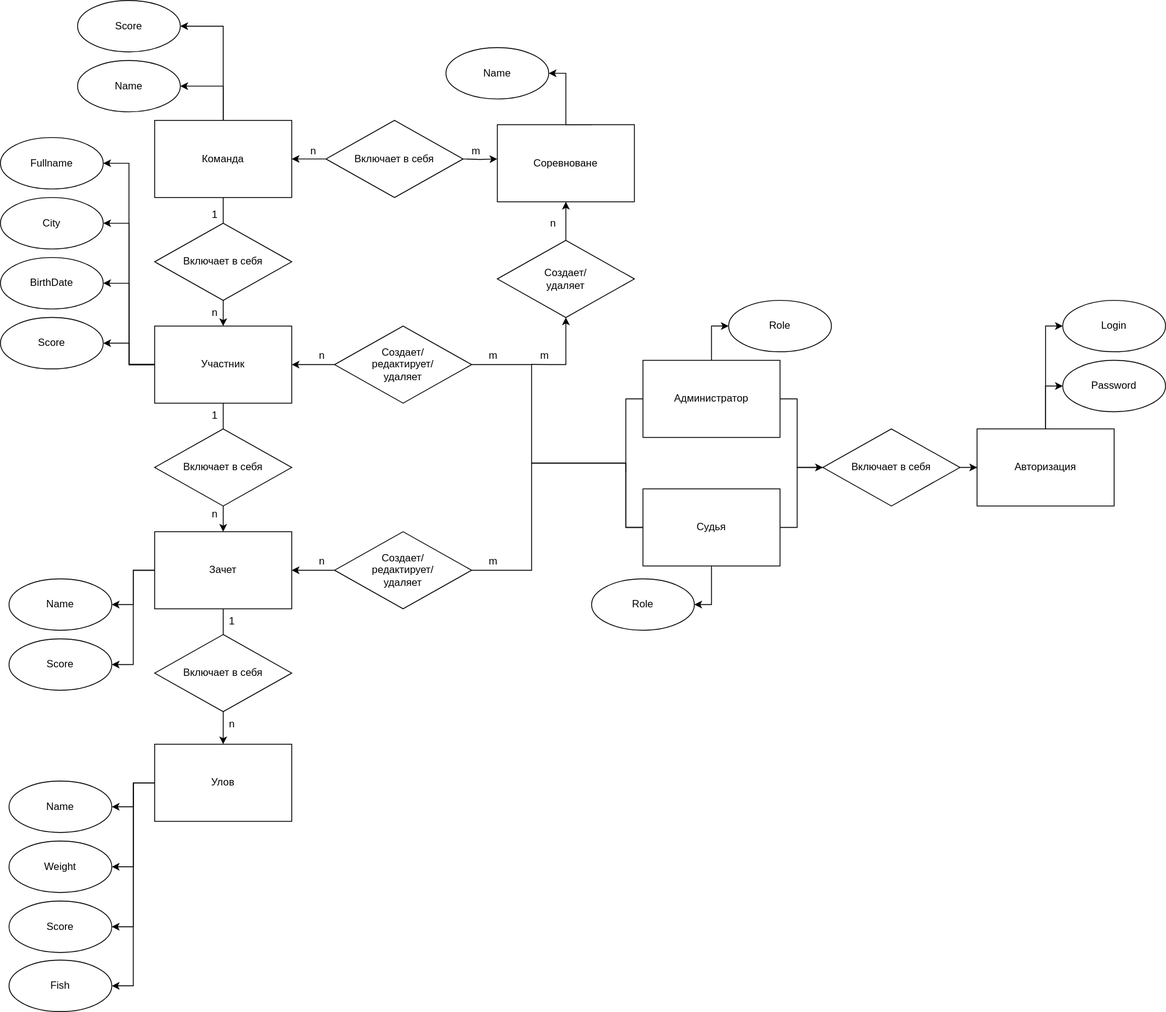
This is diagrams/svg/ER_Chen.svg from poliorang/ppo_bmstu6, a draw.io export, as it was before one commit. Source tidied: cells renumbered, new cells last; positions are measured from the earlier drawing's top-left corner, leaving out a move shared by most shapes.
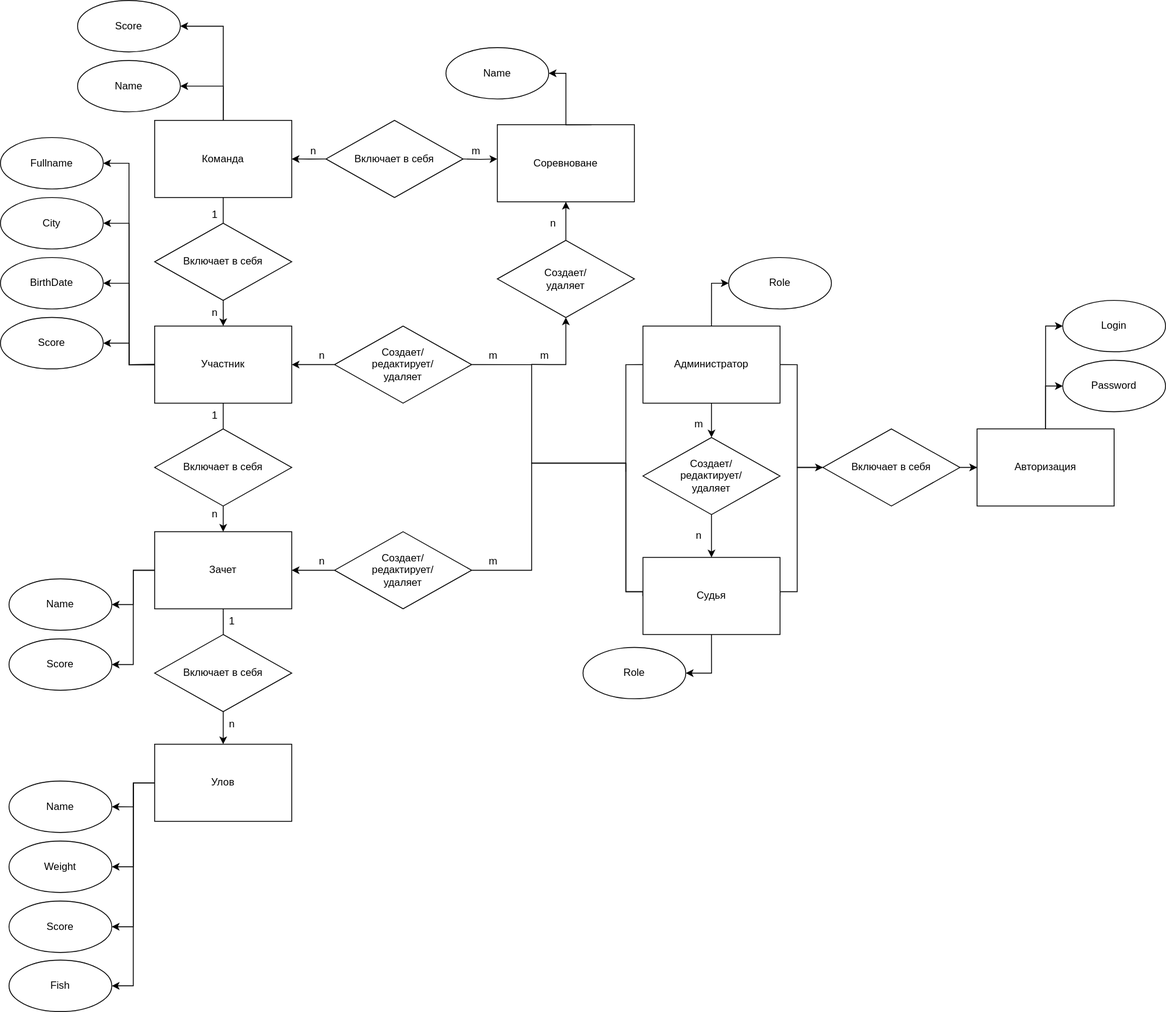
Above is the later version.

Change to the diagram source:
```diff
@@ -29,7 +29,8 @@
     <mxCell id="10" style="edgeStyle=orthogonalEdgeStyle;rounded=0;jettySize=auto;html=1;exitX=0;exitY=0.5;exitDx=0;exitDy=0;entryX=1;entryY=0.5;entryDx=0;entryDy=0;endArrow=none;endFill=0;" parent="1" edge="1" source="14" target="9">
       <mxGeometry relative="1" as="geometry">
         <Array as="points">
-          <mxPoint x="730" y="615" />
+          <mxPoint x="750" y="690" />
+          <mxPoint x="730" y="690" />
           <mxPoint x="730" y="540" />
           <mxPoint x="620" y="540" />
           <mxPoint x="620" y="425" />
@@ -39,7 +40,8 @@
     <mxCell id="11" style="edgeStyle=orthogonalEdgeStyle;rounded=0;jettySize=auto;html=1;exitX=0;exitY=0.5;exitDx=0;exitDy=0;entryX=1;entryY=0.5;entryDx=0;entryDy=0;startArrow=none;startFill=0;endArrow=none;endFill=0;" parent="1" edge="1" source="14" target="42">
       <mxGeometry relative="1" as="geometry">
         <Array as="points">
-          <mxPoint x="730" y="615" />
+          <mxPoint x="750" y="690" />
+          <mxPoint x="730" y="690" />
           <mxPoint x="730" y="540" />
           <mxPoint x="620" y="540" />
           <mxPoint x="620" y="665" />
@@ -49,7 +51,8 @@
     <mxCell id="12" style="edgeStyle=orthogonalEdgeStyle;rounded=0;jettySize=auto;html=1;exitX=1;exitY=0.5;exitDx=0;exitDy=0;entryX=0;entryY=0.5;entryDx=0;entryDy=0;endArrow=classic;endFill=1;" parent="1" edge="1" source="14" target="73">
       <mxGeometry relative="1" as="geometry">
         <Array as="points">
-          <mxPoint x="930" y="615" />
+          <mxPoint x="910" y="690" />
+          <mxPoint x="930" y="690" />
           <mxPoint x="930" y="545" />
         </Array>
       </mxGeometry>
@@ -58,7 +61,7 @@
       <mxGeometry relative="1" as="geometry" />
     </mxCell>
     <mxCell id="14" value="Судья" style="rounded=0;whiteSpace=wrap;html=1;" parent="1" vertex="1">
-      <mxGeometry x="750" y="570" width="160" height="90" as="geometry" />
+      <mxGeometry x="750" y="650" width="160" height="90" as="geometry" />
     </mxCell>
     <mxCell id="15" value="m" style="text;html=1;align=center;verticalAlign=middle;strokeColor=none;fillColor=none;" parent="1" vertex="1">
       <mxGeometry x="560" y="400" width="30" height="30" as="geometry" />
@@ -76,7 +79,7 @@
       <mxGeometry y="300" width="120" height="60" as="geometry" />
     </mxCell>
     <mxCell id="20" value="Role" style="ellipse;whiteSpace=wrap;html=1;" parent="1" vertex="1">
-      <mxGeometry x="690" y="675" width="120" height="60" as="geometry" />
+      <mxGeometry x="680" y="755" width="120" height="60" as="geometry" />
     </mxCell>
     <mxCell id="21" style="edgeStyle=orthogonalEdgeStyle;rounded=0;jettySize=auto;html=1;exitX=0.5;exitY=1;exitDx=0;exitDy=0;entryX=0.5;entryY=0;entryDx=0;entryDy=0;endArrow=none;endFill=0;" parent="1" edge="1" source="24" target="26">
       <mxGeometry relative="1" as="geometry" />
@@ -260,7 +263,7 @@
     <mxCell id="75" style="edgeStyle=orthogonalEdgeStyle;rounded=0;jettySize=auto;html=1;exitX=1;exitY=0.5;exitDx=0;exitDy=0;entryX=0;entryY=0.5;entryDx=0;entryDy=0;endArrow=none;endFill=0;" parent="1" edge="1" source="77" target="73">
       <mxGeometry relative="1" as="geometry">
         <Array as="points">
-          <mxPoint x="930" y="465" />
+          <mxPoint x="930" y="425" />
           <mxPoint x="930" y="545" />
         </Array>
       </mxGeometry>
@@ -268,8 +271,11 @@
     <mxCell id="76" style="edgeStyle=orthogonalEdgeStyle;rounded=0;jettySize=auto;html=1;exitX=0.5;exitY=0;exitDx=0;exitDy=0;entryX=0;entryY=0.5;entryDx=0;entryDy=0;" parent="1" edge="1" source="77" target="81">
       <mxGeometry relative="1" as="geometry" />
     </mxCell>
+    <mxCell id="84" style="edgeStyle=orthogonalEdgeStyle;rounded=0;jettySize=auto;html=1;exitX=0.5;exitY=1;exitDx=0;exitDy=0;" parent="1" edge="1" source="77" target="86">
+      <mxGeometry relative="1" as="geometry" />
+    </mxCell>
     <mxCell id="77" value="Администратор" style="rounded=0;whiteSpace=wrap;html=1;" parent="1" vertex="1">
-      <mxGeometry x="750" y="420" width="160" height="90" as="geometry" />
+      <mxGeometry x="750" y="380" width="160" height="90" as="geometry" />
     </mxCell>
     <mxCell id="78" style="edgeStyle=orthogonalEdgeStyle;rounded=0;jettySize=auto;html=1;exitX=0.5;exitY=0;exitDx=0;exitDy=0;entryX=0;entryY=0.5;entryDx=0;entryDy=0;" parent="1" edge="1" source="80" target="82">
       <mxGeometry relative="1" as="geometry" />
@@ -281,7 +287,7 @@
       <mxGeometry x="1140" y="500" width="160" height="90" as="geometry" />
     </mxCell>
     <mxCell id="81" value="Role" style="ellipse;whiteSpace=wrap;html=1;" parent="1" vertex="1">
-      <mxGeometry x="850" y="350" width="120" height="60" as="geometry" />
+      <mxGeometry x="850" y="300" width="120" height="60" as="geometry" />
     </mxCell>
     <mxCell id="82" value="Password" style="ellipse;whiteSpace=wrap;html=1;" parent="1" vertex="1">
       <mxGeometry x="1240" y="420" width="120" height="60" as="geometry" />
@@ -289,5 +295,17 @@
     <mxCell id="83" value="Login" style="ellipse;whiteSpace=wrap;html=1;" parent="1" vertex="1">
       <mxGeometry x="1240" y="350" width="120" height="60" as="geometry" />
     </mxCell>
+    <mxCell id="85" style="edgeStyle=orthogonalEdgeStyle;rounded=0;jettySize=auto;html=1;exitX=0.5;exitY=1;exitDx=0;exitDy=0;" parent="1" edge="1" source="86" target="14">
+      <mxGeometry relative="1" as="geometry" />
+    </mxCell>
+    <mxCell id="86" value="Создает/&lt;br style=&quot;border-color: var(--border-color);&quot;&gt;редактирует/&lt;br style=&quot;border-color: var(--border-color);&quot;&gt;удаляет" style="rhombus;whiteSpace=wrap;html=1;" parent="1" vertex="1">
+      <mxGeometry x="750" y="510" width="160" height="90" as="geometry" />
+    </mxCell>
+    <mxCell id="87" value="m" style="text;html=1;align=center;verticalAlign=middle;strokeColor=none;fillColor=none;" parent="1" vertex="1">
+      <mxGeometry x="800" y="480" width="30" height="30" as="geometry" />
+    </mxCell>
+    <mxCell id="88" value="n" style="text;html=1;align=center;verticalAlign=middle;strokeColor=none;fillColor=none;" parent="1" vertex="1">
+      <mxGeometry x="800" y="610" width="30" height="30" as="geometry" />
+    </mxCell>
   </root>
 </mxGraphModel>
```
